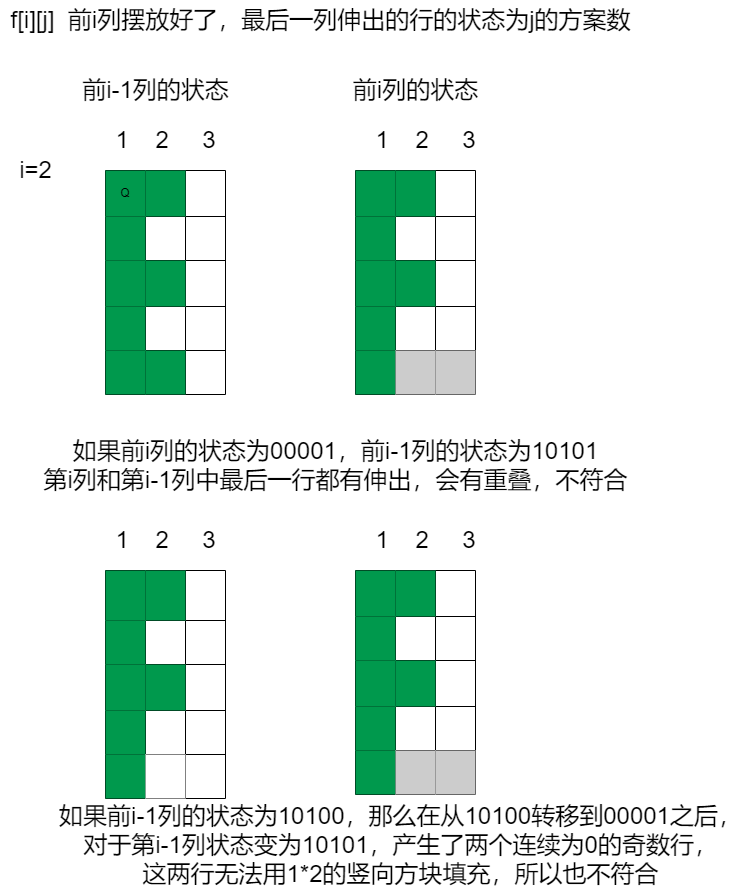
Above: demos/蒙特里安的梦想.drawio.png in leno23/drawio-demos (draw.io), before the change. Source tidied: cells renumbered, new cells last; positions are measured from the earlier drawing's top-left corner, leaving out a move shared by most shapes.
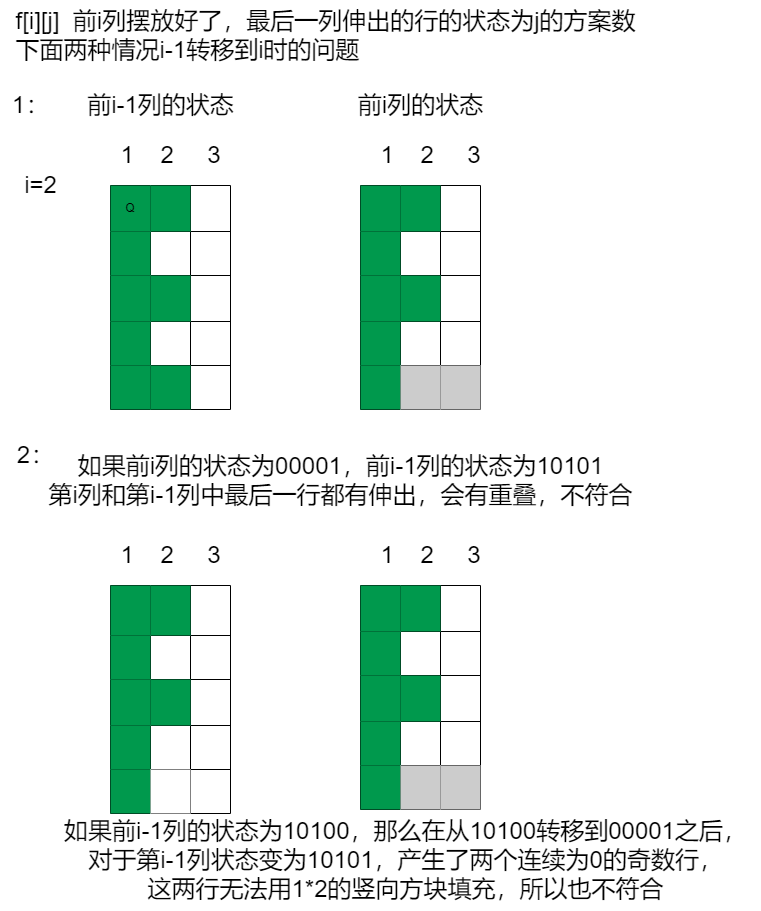
After the change.

Commit message:
更新蒙特里安的梦想.drawio.png

What changed in the source:
```diff
@@ -140,8 +140,8 @@
     <mxCell id="47" style="shape=partialRectangle;html=1;whiteSpace=wrap;overflow=hidden;fillColor=#CCCCCC;top=0;left=0;bottom=0;right=0;" parent="44" vertex="1">
       <mxGeometry x="80" width="40" height="44" as="geometry" />
     </mxCell>
-    <mxCell id="48" value="f[i][j]&amp;nbsp; 前i列摆放好了，最后一列伸出的行的状态为j的方案数" style="text;html=1;align=center;verticalAlign=middle;strokeColor=none;fillColor=none;fontSize=24;" parent="1" vertex="1">
-      <mxGeometry width="640" height="40" as="geometry" />
+    <mxCell id="48" value="f[i][j]&amp;nbsp; 前i列摆放好了，最后一列伸出的行的状态为j的方案数&lt;br&gt;&lt;div style=&quot;text-align: left;&quot;&gt;&lt;span style=&quot;background-color: initial;&quot;&gt;下面两种情况i-1转移到i时的问题&lt;/span&gt;&lt;/div&gt;" style="text;html=1;align=center;verticalAlign=middle;strokeColor=none;fillColor=none;fontSize=24;" parent="1" vertex="1">
+      <mxGeometry y="-15" width="640" height="70" as="geometry" />
     </mxCell>
     <mxCell id="49" style="shape=table;startSize=0;" parent="1" vertex="1">
       <mxGeometry x="105" y="570" width="120" height="228" as="geometry" />
@@ -284,5 +284,11 @@
     <mxCell id="95" value="前i列的状态" style="text;html=1;align=center;verticalAlign=middle;strokeColor=none;fillColor=none;fontSize=24;" parent="1" vertex="1">
       <mxGeometry x="340" y="70" width="150" height="40" as="geometry" />
     </mxCell>
+    <mxCell id="96" value="&lt;font style=&quot;font-size: 24px;&quot;&gt;1：&lt;/font&gt;" style="text;html=1;align=center;verticalAlign=middle;strokeColor=none;fillColor=none;" parent="1" vertex="1">
+      <mxGeometry x="-5" y="70" width="60" height="40" as="geometry" />
+    </mxCell>
+    <mxCell id="97" value="&lt;font style=&quot;font-size: 24px;&quot;&gt;2：&lt;/font&gt;" style="text;html=1;align=center;verticalAlign=middle;strokeColor=none;fillColor=none;" parent="1" vertex="1">
+      <mxGeometry y="420" width="60" height="40" as="geometry" />
+    </mxCell>
   </root>
 </mxGraphModel>
```
